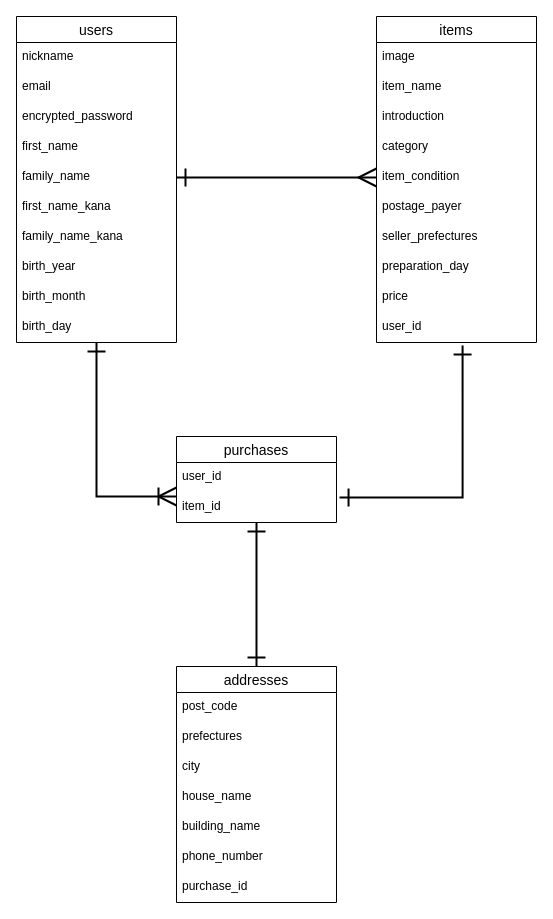
The draw.io diagram app/views/test.dio in narityan/furima-36026, before the edit. Source tidied: cells renumbered, new cells numbered last; positions are measured from the earlier drawing's top-left corner, leaving out a move shared by most shapes. Both pictures are drawn from the tidied source at 100%, with x=0, y=0 at pixel (16, 16).
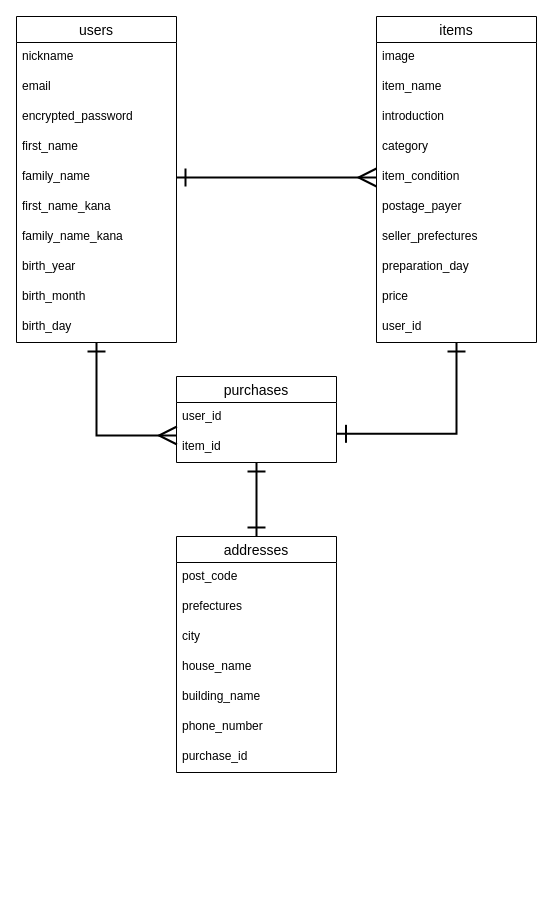
After the change.

Unchanged cells that the change refers to:
```xml
<mxCell id="3" value="users" style="swimlane;fontStyle=0;horizontal=1;startSize=26;align=center;fontSize=14;" parent="1" vertex="1">
  <mxGeometry width="160" height="326" as="geometry" />
</mxCell>
<mxCell id="15" value="items" style="swimlane;fontStyle=0;horizontal=1;startSize=26;align=center;fontSize=14;" parent="1" vertex="1">
  <mxGeometry x="360" width="160" height="326" as="geometry" />
</mxCell>
<mxCell id="25" value="user_id" style="text;strokeColor=none;fillColor=none;spacingLeft=4;spacingRight=4;overflow=hidden;points=[[0,0.5],[1,0.5]];portConstraint=eastwest;fontSize=12;" parent="15" vertex="1">
  <mxGeometry y="296" width="160" height="30" as="geometry" />
</mxCell>
<mxCell id="37" value="item_id" style="text;strokeColor=none;fillColor=none;spacingLeft=4;spacingRight=4;overflow=hidden;points=[[0,0.5],[1,0.5]];portConstraint=eastwest;fontSize=12;" parent="35" vertex="1">
  <mxGeometry y="56" width="160" height="30" as="geometry" />
</mxCell>
```

Change to the diagram source:
```diff
@@
-    <mxCell id="2" style="edgeStyle=orthogonalEdgeStyle;rounded=0;jettySize=auto;html=1;startArrow=ERone;startFill=0;endArrow=ERoneToMany;endFill=0;startSize=15;endSize=15;strokeWidth=2;" parent="1" edge="1" source="3" target="37">
-      <mxGeometry relative="1" as="geometry">
-        <Array as="points">
-          <mxPoint x="80" y="480" />
-        </Array>
-      </mxGeometry>
+    <mxCell id="2" style="edgeStyle=orthogonalEdgeStyle;rounded=0;jettySize=auto;html=1;entryX=0.003;entryY=0.1;entryDx=0;entryDy=0;entryPerimeter=0;startArrow=ERone;startFill=0;endArrow=ERmany;endFill=0;startSize=15;endSize=15;strokeWidth=2;" parent="1" edge="1" source="3" target="37">
+      <mxGeometry relative="1" as="geometry" />
     </mxCell>
@@
-    <mxCell id="14" style="edgeStyle=orthogonalEdgeStyle;rounded=0;jettySize=auto;html=1;entryX=1.019;entryY=0.167;entryDx=0;entryDy=0;startArrow=ERone;startFill=0;endArrow=ERone;endFill=0;startSize=15;endSize=15;strokeWidth=2;exitX=0.538;exitY=1.1;exitDx=0;exitDy=0;exitPerimeter=0;entryPerimeter=0;" parent="1" edge="1" source="25" target="37">
-      <mxGeometry relative="1" as="geometry">
-        <Array as="points">
-          <mxPoint x="446" y="481" />
-        </Array>
-      </mxGeometry>
-    </mxCell>
+    <mxCell id="39" style="edgeStyle=orthogonalEdgeStyle;rounded=0;jettySize=auto;html=1;entryX=1.003;entryY=0.044;entryDx=0;entryDy=0;entryPerimeter=0;startArrow=ERone;startFill=0;endArrow=ERone;endFill=0;startSize=15;endSize=15;strokeWidth=2;" parent="1" edge="1" source="15" target="37">
+      <mxGeometry relative="1" as="geometry" />
+    </mxCell>
@@
     <mxCell id="26" value="addresses" style="swimlane;fontStyle=0;horizontal=1;startSize=26;align=center;fontSize=14;" parent="1" vertex="1">
-      <mxGeometry x="160" y="650" width="160" height="236" as="geometry" />
+      <mxGeometry x="160" y="520" width="160" height="236" as="geometry" />
     </mxCell>
@@
     <mxCell id="35" value="purchases" style="swimlane;fontStyle=0;horizontal=1;startSize=26;align=center;fontSize=14;" parent="1" vertex="1">
-      <mxGeometry x="160" y="420" width="160" height="86" as="geometry" />
+      <mxGeometry x="160" y="360" width="160" height="86" as="geometry" />
     </mxCell>
```
